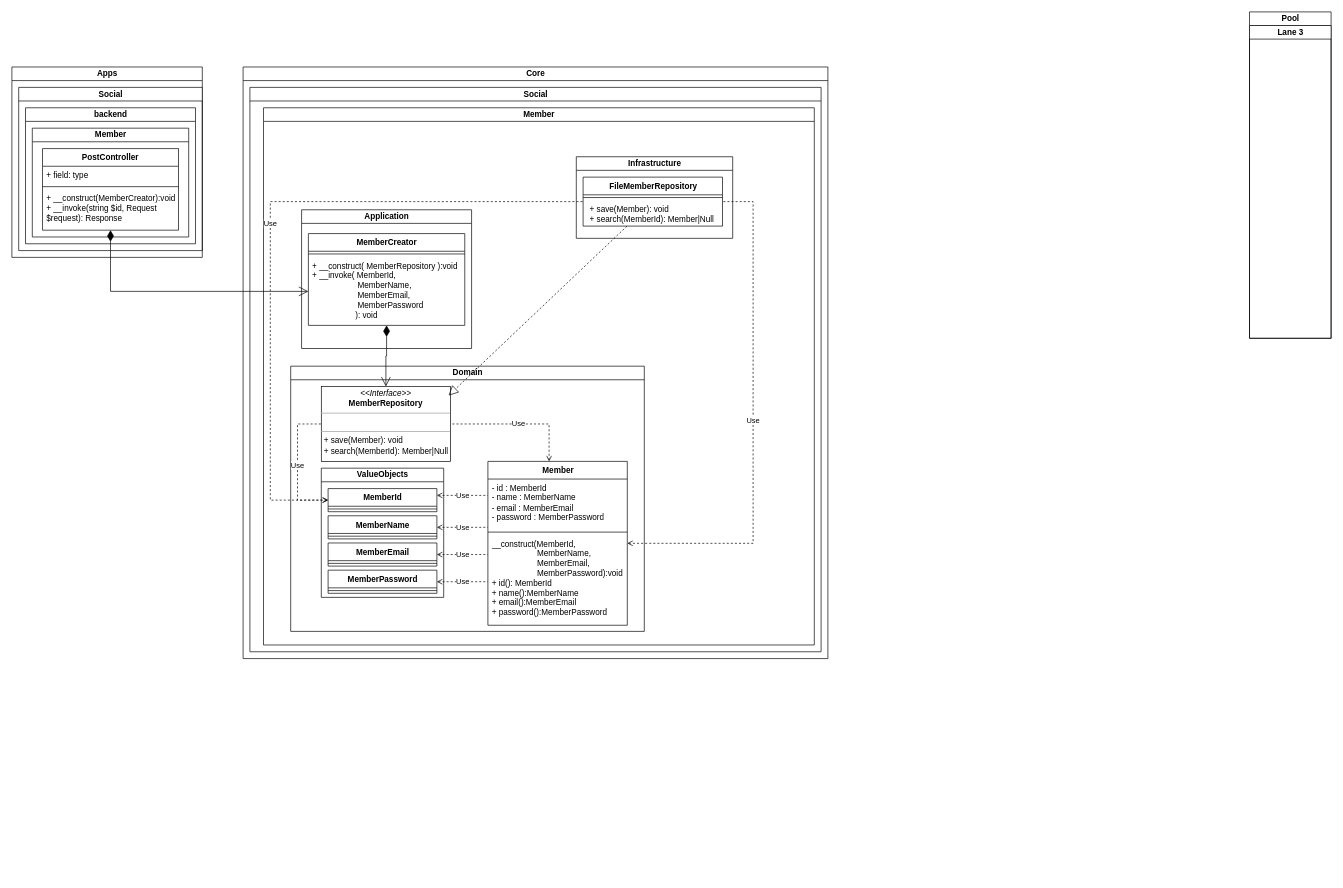
Above: Documentation/UML.drawio in smachara/my_ddd_project (draw.io), before the change. Source tidied: cells renumbered, new cells numbered last; positions are measured from the earlier drawing's top-left corner, leaving out a move shared by most shapes. Both pictures are drawn from the tidied source at 68%, with x=0, y=0 at pixel (12, 12).
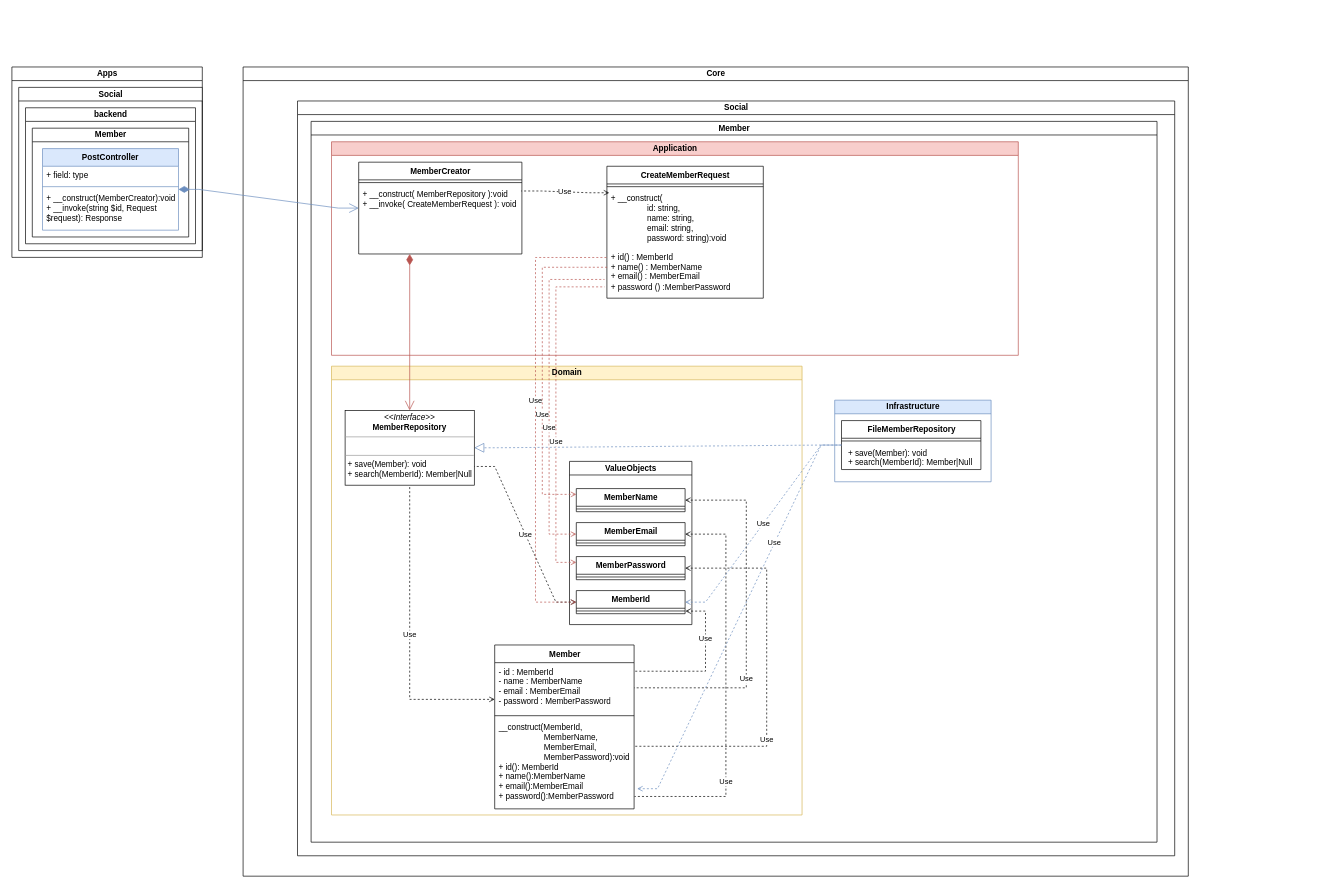
The same page after the edit.

Unchanged cells that the change refers to:
```xml
<mxCell id="5" value="Member" style="swimlane;startSize=20;html=1;" parent="4" vertex="1">
  <mxGeometry x="10" y="30" width="230" height="160" as="geometry" />
</mxCell>
<mxCell id="16" value="- id : MemberId&lt;br&gt;- name : MemberName&lt;br&gt;- email : MemberEmail&lt;br&gt;- password : MemberPassword" style="text;strokeColor=none;fillColor=none;align=left;verticalAlign=top;spacingLeft=4;spacingRight=4;overflow=hidden;points=[[0,0.5],[1,0.5]];portConstraint=eastwest;html=1;" parent="15" vertex="1">
  <mxGeometry y="26" width="205" height="74" as="geometry" />
</mxCell>
<mxCell id="18" value="&lt;div&gt;__construct(MemberId,&amp;nbsp;&lt;/div&gt;&lt;div&gt;&amp;nbsp; &amp;nbsp; &amp;nbsp; &amp;nbsp; &amp;nbsp; &amp;nbsp; &amp;nbsp; &amp;nbsp; &amp;nbsp; &amp;nbsp; MemberName,&amp;nbsp;&lt;/div&gt;&lt;div&gt;&amp;nbsp; &amp;nbsp; &amp;nbsp; &amp;nbsp; &amp;nbsp; &amp;nbsp; &amp;nbsp; &amp;nbsp; &amp;nbsp; &amp;nbsp; MemberEmail,&amp;nbsp;&lt;/div&gt;&lt;div&gt;&amp;nbsp; &amp;nbsp; &amp;nbsp; &amp;nbsp; &amp;nbsp; &amp;nbsp; &amp;nbsp; &amp;nbsp; &amp;nbsp; &amp;nbsp; MemberPassword):void&lt;/div&gt;&lt;div&gt;&lt;/div&gt;+ id(): MemberId&lt;div&gt;+ name():MemberName&lt;br&gt;&lt;/div&gt;&lt;div&gt;+ email():MemberEmail&lt;br&gt;&lt;/div&gt;&lt;div&gt;+ password():MemberPassword&lt;/div&gt;" style="text;strokeColor=none;fillColor=none;align=left;verticalAlign=top;spacingLeft=4;spacingRight=4;overflow=hidden;points=[[0,0.5],[1,0.5]];portConstraint=eastwest;html=1;" parent="15" vertex="1">
  <mxGeometry y="108" width="205" height="133" as="geometry" />
</mxCell>
<mxCell id="21" style="line;strokeWidth=1;fillColor=none;align=left;verticalAlign=middle;spacingTop=-1;spacingLeft=3;spacingRight=3;labelPosition=right;points=[];portConstraint=eastwest;strokeColor=inherit;html=1;" parent="20" vertex="1">
  <mxGeometry y="26" width="160" height="8" as="geometry" />
</mxCell>
<mxCell id="40" value="FileMemberRepository" style="swimlane;fontStyle=1;align=center;verticalAlign=top;horizontal=1;startSize=26;html=1;" parent="39" vertex="1">
  <mxGeometry x="10" y="30" width="205" height="72" as="geometry" />
</mxCell>
```

Diff of the diagram source:
```diff
@@
-    <mxCell id="6" value="PostController" style="swimlane;fontStyle=1;align=center;verticalAlign=top;horizontal=1;startSize=26;" parent="5" vertex="1">
+    <mxCell id="6" value="PostController" style="swimlane;fontStyle=1;align=center;verticalAlign=top;horizontal=1;startSize=26;fillColor=#dae8fc;strokeColor=#6c8ebf;" parent="5" vertex="1">
       <mxGeometry x="15" y="30" width="200" height="120" as="geometry" />
     </mxCell>
@@
-    <mxCell id="10" value="Core" style="swimlane;startSize=20;html=1;" parent="1" vertex="1">
-      <mxGeometry x="340" y="81" width="860" height="870" as="geometry" />
+    <mxCell id="10" value="Core" style="swimlane;startSize=20;html=1;fillStyle=solid;" parent="1" vertex="1">
+      <mxGeometry x="340" y="81" width="1390" height="1190" as="geometry" />
     </mxCell>
     <mxCell id="11" value="Social" style="swimlane;startSize=20;html=1;" parent="10" vertex="1">
-      <mxGeometry x="10" y="30" width="840" height="830" as="geometry" />
+      <mxGeometry x="80" y="50" width="1290" height="1110" as="geometry" />
     </mxCell>
     <mxCell id="12" value="Member" style="swimlane;startSize=20;html=1;" parent="11" vertex="1">
-      <mxGeometry x="20" y="30" width="810" height="790" as="geometry" />
+      <mxGeometry x="20" y="30" width="1244" height="1060" as="geometry" />
     </mxCell>
-    <mxCell id="13" value="Domain" style="swimlane;startSize=20;html=1;" parent="12" vertex="1">
-      <mxGeometry x="40" y="380" width="520" height="390" as="geometry" />
+    <mxCell id="13" value="Domain" style="swimlane;startSize=20;html=1;fillColor=#fff2cc;strokeColor=#d6b656;" parent="12" vertex="1">
+      <mxGeometry x="30" y="360" width="692" height="660" as="geometry" />
     </mxCell>
     <mxCell id="14" value="&lt;p style=&quot;margin:0px;margin-top:4px;text-align:center;&quot;&gt;&lt;i&gt;&amp;lt;&amp;lt;Interface&amp;gt;&amp;gt;&lt;/i&gt;&lt;br&gt;&lt;b&gt;MemberRepository&lt;/b&gt;&lt;br&gt;&lt;/p&gt;&lt;hr size=&quot;1&quot;&gt;&lt;p style=&quot;margin:0px;margin-left:4px;&quot;&gt;&lt;br&gt;&lt;/p&gt;&lt;hr size=&quot;1&quot;&gt;&lt;p style=&quot;margin:0px;margin-left:4px;&quot;&gt;&lt;span style=&quot;background-color: initial;&quot;&gt;+ save(Member): void&lt;/span&gt;&lt;br&gt;&lt;/p&gt;&lt;p style=&quot;margin:0px;margin-left:4px;&quot;&gt;+ search(MemberId): Member|Null&lt;/p&gt;&lt;div&gt;&lt;br&gt;&lt;/div&gt;" style="verticalAlign=top;align=left;overflow=fill;fontSize=12;fontFamily=Helvetica;html=1;" parent="13" vertex="1">
-      <mxGeometry x="45" y="30" width="190" height="110" as="geometry" />
+      <mxGeometry x="20" y="65" width="190" height="110" as="geometry" />
     </mxCell>
     <mxCell id="15" value="Member" style="swimlane;fontStyle=1;align=center;verticalAlign=top;horizontal=1;startSize=26;html=1;" parent="13" vertex="1">
-      <mxGeometry x="290" y="140" width="205" height="241" as="geometry" />
+      <mxGeometry x="240" y="410" width="205" height="241" as="geometry" />
     </mxCell>
@@
+    <mxCell id="33" value="Use" style="endArrow=none;endSize=12;dashed=1;html=1;rounded=0;startArrow=open;startFill=0;endFill=0;edgeStyle=elbowEdgeStyle;entryX=0.5;entryY=1;entryDx=0;entryDy=0;elbow=vertical;" parent="13" edge="1" source="15" target="14">
+      <mxGeometry relative="1" as="geometry">
+        <Array as="points">
+          <mxPoint x="210" y="490" />
+          <mxPoint x="180" y="330" />
+          <mxPoint x="200" y="470" />
+        </Array>
+      </mxGeometry>
+    </mxCell>
     <mxCell id="19" value="&lt;div&gt;ValueObjects&lt;/div&gt;" style="swimlane;startSize=20;html=1;" parent="13" vertex="1">
-      <mxGeometry x="45" y="150" width="180" height="190" as="geometry" />
+      <mxGeometry x="350" y="140" width="180" height="240" as="geometry" />
     </mxCell>
     <mxCell id="20" value="MemberId" style="swimlane;fontStyle=1;align=center;verticalAlign=top;horizontal=1;startSize=26;html=1;" parent="19" vertex="1">
-      <mxGeometry x="10" y="30" width="160" height="34" as="geometry" />
+      <mxGeometry x="10" y="190" width="160" height="34" as="geometry" />
     </mxCell>
@@
     <mxCell id="22" value="MemberEmail" style="swimlane;fontStyle=1;align=center;verticalAlign=top;horizontal=1;startSize=26;html=1;" parent="19" vertex="1">
-      <mxGeometry x="10" y="110" width="160" height="34" as="geometry" />
+      <mxGeometry x="10" y="90" width="160" height="34" as="geometry" />
     </mxCell>
@@
     <mxCell id="24" value="MemberName" style="swimlane;fontStyle=1;align=center;verticalAlign=top;horizontal=1;startSize=26;html=1;" parent="19" vertex="1">
-      <mxGeometry x="10" y="70" width="160" height="34" as="geometry" />
+      <mxGeometry x="10" y="40" width="160" height="34" as="geometry" />
     </mxCell>
@@
     <mxCell id="26" value="MemberPassword" style="swimlane;fontStyle=1;align=center;verticalAlign=top;horizontal=1;startSize=26;html=1;" parent="19" vertex="1">
-      <mxGeometry x="10" y="150" width="160" height="34" as="geometry" />
+      <mxGeometry x="10" y="140" width="160" height="34" as="geometry" />
     </mxCell>
@@
-    <mxCell id="28" value="Use" style="endArrow=none;endSize=12;dashed=1;html=1;rounded=0;startArrow=open;startFill=0;endFill=0;edgeStyle=elbowEdgeStyle;" parent="13" edge="1" source="20" target="15">
-      <mxGeometry relative="1" as="geometry">
+    <mxCell id="28" value="Use" style="endArrow=none;endSize=12;dashed=1;html=1;rounded=0;startArrow=open;startFill=0;endFill=0;edgeStyle=elbowEdgeStyle;elbow=vertical;entryX=1.008;entryY=0.17;entryDx=0;entryDy=0;entryPerimeter=0;exitX=1.003;exitY=0.524;exitDx=0;exitDy=0;exitPerimeter=0;" parent="13" edge="1" source="21" target="16">
+      <mxGeometry x="-0.37" relative="1" as="geometry">
         <Array as="points">
-          <mxPoint x="250" y="190" />
+          <mxPoint x="550" y="420" />
+          <mxPoint x="560" y="410" />
         </Array>
       </mxGeometry>
     </mxCell>
+    <mxCell id="32" value="Use" style="endArrow=none;endSize=12;dashed=1;html=1;rounded=0;startArrow=open;startFill=0;endFill=0;edgeStyle=entityRelationEdgeStyle;entryX=1;entryY=0.75;entryDx=0;entryDy=0;" parent="13" edge="1" source="20" target="14">
+      <mxGeometry relative="1" as="geometry" />
+    </mxCell>
+    <mxCell id="30" value="Use" style="endArrow=none;endSize=12;dashed=1;html=1;rounded=0;startArrow=open;startFill=0;endFill=0;edgeStyle=elbowEdgeStyle;entryX=1.003;entryY=0.863;entryDx=0;entryDy=0;entryPerimeter=0;" parent="13" edge="1" source="22" target="18">
+      <mxGeometry x="0.46" relative="1" as="geometry">
+        <Array as="points">
+          <mxPoint x="580" y="420" />
+        </Array>
+      </mxGeometry>
+    </mxCell>
-    <mxCell id="29" value="Use" style="endArrow=none;endSize=12;dashed=1;html=1;rounded=0;startArrow=open;startFill=0;endFill=0;edgeStyle=elbowEdgeStyle;elbow=vertical;" parent="13" edge="1" source="24" target="15">
-      <mxGeometry relative="1" as="geometry" />
+    <mxCell id="29" value="Use" style="endArrow=none;endSize=12;dashed=1;html=1;rounded=0;startArrow=open;startFill=0;endFill=0;elbow=vertical;edgeStyle=elbowEdgeStyle;entryX=1;entryY=0.5;entryDx=0;entryDy=0;" parent="13" edge="1" source="24" target="16">
+      <mxGeometry x="0.33" relative="1" as="geometry">
+        <Array as="points">
+          <mxPoint x="610" y="390" />
+        </Array>
+      </mxGeometry>
     </mxCell>
-    <mxCell id="30" value="Use" style="endArrow=none;endSize=12;dashed=1;html=1;rounded=0;startArrow=open;startFill=0;endFill=0;edgeStyle=elbowEdgeStyle;elbow=vertical;" parent="13" edge="1" source="22" target="15">
-      <mxGeometry relative="1" as="geometry" />
-    </mxCell>
-    <mxCell id="31" value="Use" style="endArrow=none;endSize=12;dashed=1;html=1;rounded=0;startArrow=open;startFill=0;endFill=0;edgeStyle=elbowEdgeStyle;elbow=vertical;" parent="13" edge="1" source="26" target="15">
-      <mxGeometry relative="1" as="geometry" />
+    <mxCell id="31" value="Use" style="endArrow=none;endSize=12;dashed=1;html=1;rounded=0;startArrow=open;startFill=0;endFill=0;elbow=vertical;edgeStyle=elbowEdgeStyle;entryX=1.001;entryY=0.308;entryDx=0;entryDy=0;entryPerimeter=0;" parent="13" edge="1" source="26" target="18">
+      <mxGeometry x="0.29" relative="1" as="geometry">
+        <Array as="points">
+          <mxPoint x="640" y="360" />
+        </Array>
+      </mxGeometry>
     </mxCell>
-    <mxCell id="32" value="Use" style="endArrow=none;endSize=12;dashed=1;html=1;rounded=0;edgeStyle=orthogonalEdgeStyle;startArrow=open;startFill=0;endFill=0;" parent="13" edge="1" source="20" target="14">
-      <mxGeometry relative="1" as="geometry">
-        <Array as="points">
-          <mxPoint x="10" y="197" />
-          <mxPoint x="10" y="85" />
-        </Array>
-      </mxGeometry>
-    </mxCell>
-    <mxCell id="33" value="Use" style="endArrow=none;endSize=12;dashed=1;html=1;rounded=0;startArrow=open;startFill=0;endFill=0;edgeStyle=elbowEdgeStyle;" parent="13" edge="1" source="15" target="14">
-      <mxGeometry relative="1" as="geometry">
-        <Array as="points">
-          <mxPoint x="380" y="150" />
-        </Array>
-      </mxGeometry>
-    </mxCell>
-    <mxCell id="34" value="Application" style="swimlane;startSize=20;html=1;" parent="12" vertex="1">
-      <mxGeometry x="56" y="150" width="250" height="204" as="geometry" />
+    <mxCell id="34" value="Application" style="swimlane;startSize=20;html=1;fillColor=#f8cecc;strokeColor=#b85450;" parent="12" vertex="1">
+      <mxGeometry x="30" y="30" width="1010" height="314" as="geometry" />
     </mxCell>
     <mxCell id="35" value="MemberCreator" style="swimlane;fontStyle=1;align=center;verticalAlign=top;horizontal=1;startSize=26;html=1;" parent="34" vertex="1">
-      <mxGeometry x="10" y="35" width="230" height="135" as="geometry" />
+      <mxGeometry x="40" y="30" width="240" height="135" as="geometry" />
     </mxCell>
     <mxCell id="36" style="line;strokeWidth=1;fillColor=none;align=left;verticalAlign=middle;spacingTop=-1;spacingLeft=3;spacingRight=3;labelPosition=right;strokeColor=inherit;html=1;" parent="35" vertex="1">
-      <mxGeometry y="26" width="230" height="8" as="geometry" />
+      <mxGeometry y="26" width="240" height="8" as="geometry" />
     </mxCell>
-    <mxCell id="37" value="&lt;div&gt;&lt;/div&gt;+ __construct( MemberRepository ):void&lt;br&gt;+ __invoke(&amp;nbsp;&lt;span style=&quot;background-color: initial;&quot;&gt;MemberId,&amp;nbsp;&lt;/span&gt;&lt;br&gt;&lt;div style=&quot;border-color: var(--border-color);&quot;&gt;&amp;nbsp; &amp;nbsp; &amp;nbsp; &amp;nbsp; &amp;nbsp; &amp;nbsp; &amp;nbsp; &amp;nbsp; &amp;nbsp; &amp;nbsp; MemberName,&amp;nbsp;&lt;/div&gt;&lt;div style=&quot;border-color: var(--border-color);&quot;&gt;&amp;nbsp; &amp;nbsp; &amp;nbsp; &amp;nbsp; &amp;nbsp; &amp;nbsp; &amp;nbsp; &amp;nbsp; &amp;nbsp; &amp;nbsp; MemberEmail,&amp;nbsp;&lt;/div&gt;&lt;div style=&quot;border-color: var(--border-color);&quot;&gt;&amp;nbsp; &amp;nbsp; &amp;nbsp; &amp;nbsp; &amp;nbsp; &amp;nbsp; &amp;nbsp; &amp;nbsp; &amp;nbsp; &amp;nbsp; MemberPassword&lt;/div&gt;&amp;nbsp; &amp;nbsp; &amp;nbsp; &amp;nbsp; &amp;nbsp; &amp;nbsp; &amp;nbsp; &amp;nbsp; &amp;nbsp; &amp;nbsp;): void" style="text;strokeColor=none;fillColor=none;align=left;verticalAlign=top;spacingLeft=4;spacingRight=4;overflow=hidden;points=[[0,0.5],[1,0.5]];portConstraint=eastwest;html=1;" parent="35" vertex="1">
-      <mxGeometry y="34" width="230" height="101" as="geometry" />
+    <mxCell id="37" value="&lt;div&gt;&lt;/div&gt;+ __construct( MemberRepository ):void&lt;br&gt;+ __invoke(&amp;nbsp;&lt;span style=&quot;text-align: center;&quot;&gt;CreateMemberRequest&amp;nbsp;&lt;/span&gt;): void" style="text;strokeColor=none;fillColor=none;align=left;verticalAlign=top;spacingLeft=4;spacingRight=4;overflow=hidden;points=[[0,0.5],[1,0.5]];portConstraint=eastwest;html=1;" parent="35" vertex="1">
+      <mxGeometry y="34" width="240" height="101" as="geometry" />
     </mxCell>
+    <mxCell id="49" value="CreateMemberRequest" style="swimlane;fontStyle=1;align=center;verticalAlign=top;horizontal=1;startSize=26;html=1;" parent="34" vertex="1">
+      <mxGeometry x="405" y="36" width="230" height="194" as="geometry" />
+    </mxCell>
+    <mxCell id="50" style="line;strokeWidth=1;fillColor=none;align=left;verticalAlign=middle;spacingTop=-1;spacingLeft=3;spacingRight=3;labelPosition=right;strokeColor=inherit;html=1;" parent="49" vertex="1">
+      <mxGeometry y="26" width="230" height="8" as="geometry" />
+    </mxCell>
+    <mxCell id="51" value="&lt;div&gt;&lt;/div&gt;+ __construct(&lt;br&gt;&lt;span style=&quot;white-space: pre;&quot;&gt;&#9;&lt;/span&gt;&lt;span style=&quot;white-space: pre;&quot;&gt;&#9;&lt;/span&gt;id: string, &lt;br&gt;&lt;span style=&quot;white-space: pre;&quot;&gt;&#9;&lt;/span&gt;&lt;span style=&quot;white-space: pre;&quot;&gt;&#9;&lt;/span&gt;name: string,&amp;nbsp;&lt;br&gt;&lt;span style=&quot;white-space: pre;&quot;&gt;&#9;&lt;/span&gt;&lt;span style=&quot;white-space: pre;&quot;&gt;&#9;&lt;/span&gt;email: string,&amp;nbsp;&lt;br&gt;&lt;span style=&quot;white-space: pre;&quot;&gt;&#9;&lt;/span&gt;&lt;span style=&quot;white-space: pre;&quot;&gt;&#9;&lt;/span&gt;password: string):void&lt;br&gt;&lt;br&gt;+ id() :&amp;nbsp;&lt;span style=&quot;background-color: initial;&quot;&gt;MemberId&amp;nbsp;&lt;/span&gt;&lt;br&gt;&lt;div style=&quot;border-color: var(--border-color);&quot;&gt;+ name() : MemberName&amp;nbsp;&lt;/div&gt;&lt;div style=&quot;border-color: var(--border-color);&quot;&gt;+ email() : MemberEmail&amp;nbsp;&lt;/div&gt;&lt;div style=&quot;border-color: var(--border-color);&quot;&gt;+ password () :MemberPassword&lt;/div&gt;" style="text;strokeColor=none;fillColor=none;align=left;verticalAlign=top;spacingLeft=4;spacingRight=4;overflow=hidden;points=[[0,0.5],[1,0.5]];portConstraint=eastwest;html=1;" parent="49" vertex="1">
+      <mxGeometry y="34" width="230" height="160" as="geometry" />
+    </mxCell>
+    <mxCell id="52" value="Use" style="endArrow=none;endSize=12;dashed=1;html=1;rounded=0;edgeStyle=entityRelationEdgeStyle;startArrow=open;startFill=0;endFill=0;exitX=0.015;exitY=0.031;exitDx=0;exitDy=0;exitPerimeter=0;entryX=0.996;entryY=0.083;entryDx=0;entryDy=0;entryPerimeter=0;" parent="34" edge="1" source="51" target="37">
+      <mxGeometry relative="1" as="geometry" />
+    </mxCell>
-    <mxCell id="38" style="endArrow=open;html=1;endSize=12;startArrow=diamondThin;startSize=14;startFill=1;edgeStyle=orthogonalEdgeStyle;align=left;verticalAlign=bottom;rounded=0;" parent="12" edge="1" source="35" target="14">
+    <mxCell id="38" style="endArrow=open;html=1;endSize=12;startArrow=diamondThin;startSize=14;startFill=1;align=left;verticalAlign=bottom;rounded=0;edgeStyle=elbowEdgeStyle;fillColor=#f8cecc;strokeColor=#b85450;entryX=0.5;entryY=0;entryDx=0;entryDy=0;" parent="12" edge="1" source="37" target="14">
       <mxGeometry x="-0.49" y="5" relative="1" as="geometry" />
     </mxCell>
-    <mxCell id="39" value="Infrastructure" style="swimlane;startSize=20;html=1;" parent="12" vertex="1">
-      <mxGeometry x="460" y="72" width="230" height="120" as="geometry" />
+    <mxCell id="39" value="Infrastructure" style="swimlane;startSize=20;html=1;fillColor=#dae8fc;strokeColor=#6c8ebf;" parent="12" vertex="1">
+      <mxGeometry x="770" y="410" width="230" height="120" as="geometry" />
     </mxCell>
@@
-    <mxCell id="43" style="endArrow=block;dashed=1;endFill=0;endSize=12;html=1;rounded=0;entryX=0.985;entryY=0.12;entryDx=0;entryDy=0;entryPerimeter=0;" parent="12" edge="1" source="40" target="14">
+    <mxCell id="43" style="endArrow=block;dashed=1;endFill=0;endSize=12;html=1;rounded=0;entryX=1;entryY=0.5;entryDx=0;entryDy=0;edgeStyle=entityRelationEdgeStyle;fillColor=#dae8fc;strokeColor=#6c8ebf;" parent="12" edge="1" source="40" target="14">
       <mxGeometry relative="1" as="geometry" />
     </mxCell>
-    <mxCell id="44" value="Use" style="endArrow=none;endSize=12;dashed=1;html=1;rounded=0;startArrow=open;startFill=0;endFill=0;edgeStyle=elbowEdgeStyle;" parent="12" edge="1" source="15" target="40">
-      <mxGeometry relative="1" as="geometry">
-        <Array as="points">
-          <mxPoint x="720" y="200" />
-          <mxPoint x="400" y="420" />
-        </Array>
-      </mxGeometry>
+    <mxCell id="44" value="Use" style="endArrow=none;endSize=12;dashed=1;html=1;rounded=0;startArrow=open;startFill=0;endFill=0;edgeStyle=entityRelationEdgeStyle;exitX=1.022;exitY=0.777;exitDx=0;exitDy=0;exitPerimeter=0;fillColor=#dae8fc;strokeColor=#6c8ebf;" parent="12" edge="1" source="18" target="40">
+      <mxGeometry x="0.39" y="1" relative="1" as="geometry" />
     </mxCell>
-    <mxCell id="45" value="Use" style="endArrow=none;endSize=12;dashed=1;html=1;rounded=0;startArrow=open;startFill=0;endFill=0;edgeStyle=elbowEdgeStyle;" parent="12" edge="1" source="20" target="40">
-      <mxGeometry relative="1" as="geometry">
-        <Array as="points">
-          <mxPoint x="10" y="310" />
-          <mxPoint x="-10" y="220" />
-          <mxPoint x="320" y="30" />
-          <mxPoint x="-70" y="350" />
-          <mxPoint x="290" y="200" />
-          <mxPoint x="290" y="320" />
-        </Array>
-      </mxGeometry>
+    <mxCell id="45" value="Use" style="endArrow=none;endSize=12;dashed=1;html=1;rounded=0;startArrow=open;startFill=0;endFill=0;edgeStyle=entityRelationEdgeStyle;fillColor=#dae8fc;strokeColor=#6c8ebf;" parent="12" edge="1" source="20" target="40">
+      <mxGeometry relative="1" as="geometry" />
     </mxCell>
-    <mxCell id="46" value="Pool" style="swimlane;startSize=20;html=1;" parent="1" vertex="1">
-      <mxGeometry x="1820" width="120" height="480" as="geometry" />
-    </mxCell>
-    <mxCell id="47" value="Lane 3" style="swimlane;startSize=20;html=1;" parent="46" vertex="1">
-      <mxGeometry y="20" width="120" height="460" as="geometry" />
-    </mxCell>
+    <mxCell id="53" value="Use" style="endArrow=none;endSize=12;dashed=1;html=1;rounded=0;startArrow=open;startFill=0;endFill=0;edgeStyle=elbowEdgeStyle;fillColor=#f8cecc;strokeColor=#b85450;elbow=vertical;entryX=-0.003;entryY=0.626;entryDx=0;entryDy=0;entryPerimeter=0;" parent="12" edge="1" source="20" target="51">
+      <mxGeometry x="0.06" relative="1" as="geometry">
+        <Array as="points">
+          <mxPoint x="330" y="330" />
+          <mxPoint x="370" y="520" />
+        </Array>
+      </mxGeometry>
+    </mxCell>
+    <mxCell id="54" value="Use" style="endArrow=none;endSize=12;dashed=1;html=1;rounded=0;startArrow=open;startFill=0;endFill=0;edgeStyle=elbowEdgeStyle;exitX=0;exitY=0.25;exitDx=0;exitDy=0;fillColor=#f8cecc;strokeColor=#b85450;elbow=vertical;entryX=0.006;entryY=0.716;entryDx=0;entryDy=0;entryPerimeter=0;" parent="12" edge="1" source="24" target="51">
+      <mxGeometry x="-0.3" relative="1" as="geometry">
+        <Array as="points">
+          <mxPoint x="340" y="390" />
+          <mxPoint x="420" y="189" />
+          <mxPoint x="400" y="330" />
+          <mxPoint x="470" y="410" />
+          <mxPoint x="430" y="370" />
+          <mxPoint x="460" y="310" />
+          <mxPoint x="610" y="540" />
+          <mxPoint x="610" y="330" />
+        </Array>
+      </mxGeometry>
+    </mxCell>
+    <mxCell id="55" value="Use" style="endArrow=none;endSize=12;dashed=1;html=1;rounded=0;startArrow=open;startFill=0;endFill=0;fillColor=#f8cecc;strokeColor=#b85450;edgeStyle=elbowEdgeStyle;elbow=vertical;entryX=-0.015;entryY=0.828;entryDx=0;entryDy=0;entryPerimeter=0;" parent="12" edge="1" source="22" target="51">
+      <mxGeometry x="-0.21" relative="1" as="geometry">
+        <Array as="points">
+          <mxPoint x="350" y="460" />
+        </Array>
+      </mxGeometry>
+    </mxCell>
+    <mxCell id="56" value="Use" style="endArrow=none;endSize=12;dashed=1;html=1;rounded=0;startArrow=open;startFill=0;endFill=0;fillColor=#f8cecc;strokeColor=#b85450;edgeStyle=elbowEdgeStyle;elbow=vertical;entryX=-0.014;entryY=0.896;entryDx=0;entryDy=0;entryPerimeter=0;exitX=0;exitY=0.25;exitDx=0;exitDy=0;" parent="12" edge="1" source="26" target="51">
+      <mxGeometry x="-0.18" relative="1" as="geometry">
+        <Array as="points">
+          <mxPoint x="360" y="470" />
+        </Array>
+      </mxGeometry>
+    </mxCell>
-    <mxCell id="48" style="endArrow=open;html=1;endSize=12;startArrow=diamondThin;startSize=14;startFill=1;edgeStyle=orthogonalEdgeStyle;align=left;verticalAlign=bottom;rounded=0;" parent="1" edge="1" source="6" target="35">
-      <mxGeometry x="-0.49" y="5" relative="1" as="geometry">
-        <Array as="points">
-          <mxPoint x="145" y="411" />
-        </Array>
-      </mxGeometry>
+    <mxCell id="48" style="endArrow=open;html=1;endSize=12;startArrow=diamondThin;startSize=14;startFill=1;align=left;verticalAlign=bottom;rounded=0;edgeStyle=entityRelationEdgeStyle;fillColor=#dae8fc;strokeColor=#6c8ebf;" parent="1" edge="1" source="6" target="35">
+      <mxGeometry x="-0.49" y="5" relative="1" as="geometry" />
     </mxCell>
```
